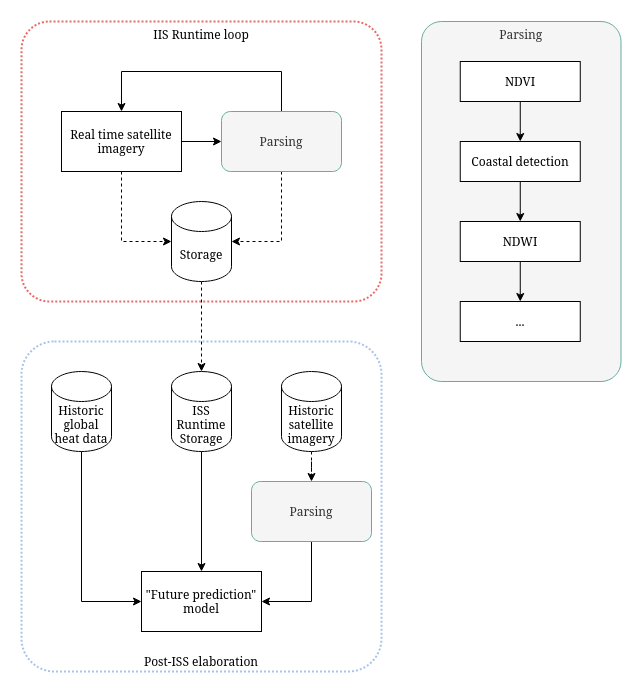
The draw.io diagram docs/img/tasks_separation.png in CHIP-AstroPi/docs, before a commit. Source tidied: cells renumbered, new cells last; positions are measured from the earlier drawing's top-left corner, leaving out a move shared by most shapes.
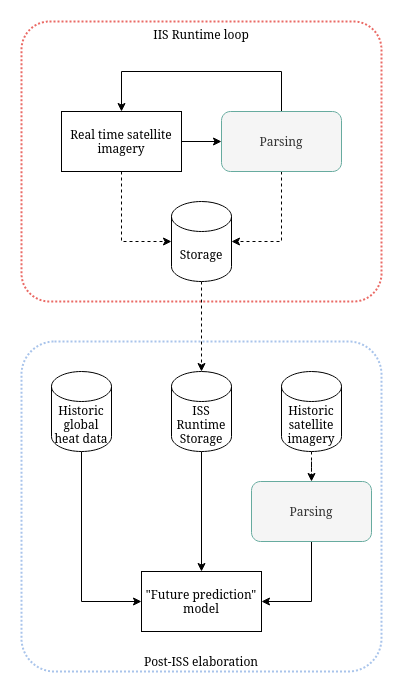
The same file after the commit.

Commit message:
technical pases

The edit, as a diff of the source:
```diff
@@ -51,30 +51,6 @@
     <mxCell id="14" value="Historic satellite imagery" style="shape=cylinder3;whiteSpace=wrap;html=1;boundedLbl=1;backgroundOutline=1;size=15;" parent="1" vertex="1">
       <mxGeometry x="260" y="350" width="60" height="80" as="geometry" />
     </mxCell>
-    <mxCell id="15" value="Parsing" style="rounded=1;arcSize=10;fillColor=#f5f5f5;strokeWidth=1;verticalAlign=top;labelPosition=center;verticalLabelPosition=middle;align=center;fontColor=#333333;strokeColor=#67AB9F;comic=0;" parent="1" vertex="1">
-      <mxGeometry x="400" width="199.5" height="360" as="geometry" />
-    </mxCell>
-    <mxCell id="16" style="edgeStyle=orthogonalEdgeStyle;rounded=0;jettySize=auto;html=1;" parent="1" edge="1" source="17" target="19">
-      <mxGeometry relative="1" as="geometry" />
-    </mxCell>
-    <mxCell id="17" value="NDVI" style="rounded=0;whiteSpace=wrap;html=1;" parent="1" vertex="1">
-      <mxGeometry x="438.8" y="40" width="120" height="40" as="geometry" />
-    </mxCell>
-    <mxCell id="18" style="edgeStyle=orthogonalEdgeStyle;rounded=0;jettySize=auto;html=1;" parent="1" edge="1" source="19" target="21">
-      <mxGeometry relative="1" as="geometry" />
-    </mxCell>
-    <mxCell id="19" value="Coastal detection" style="rounded=0;whiteSpace=wrap;html=1;" parent="1" vertex="1">
-      <mxGeometry x="438.8" y="120" width="120" height="40" as="geometry" />
-    </mxCell>
-    <mxCell id="20" style="edgeStyle=orthogonalEdgeStyle;rounded=0;jettySize=auto;html=1;" parent="1" edge="1" source="21" target="22">
-      <mxGeometry relative="1" as="geometry" />
-    </mxCell>
-    <mxCell id="21" value="NDWI" style="rounded=0;whiteSpace=wrap;html=1;" parent="1" vertex="1">
-      <mxGeometry x="438.8" y="200" width="120" height="40" as="geometry" />
-    </mxCell>
-    <mxCell id="22" value="..." style="rounded=0;whiteSpace=wrap;html=1;" parent="1" vertex="1">
-      <mxGeometry x="438.8" y="280" width="120" height="40" as="geometry" />
-    </mxCell>
     <mxCell id="23" style="edgeStyle=orthogonalEdgeStyle;rounded=0;jettySize=auto;html=1;exitX=0.5;exitY=1;exitDx=0;exitDy=0;entryX=1;entryY=0.5;entryDx=0;entryDy=0;entryPerimeter=0;dashed=1;" parent="1" edge="1" source="25" target="10">
       <mxGeometry relative="1" as="geometry" />
     </mxCell>
```
